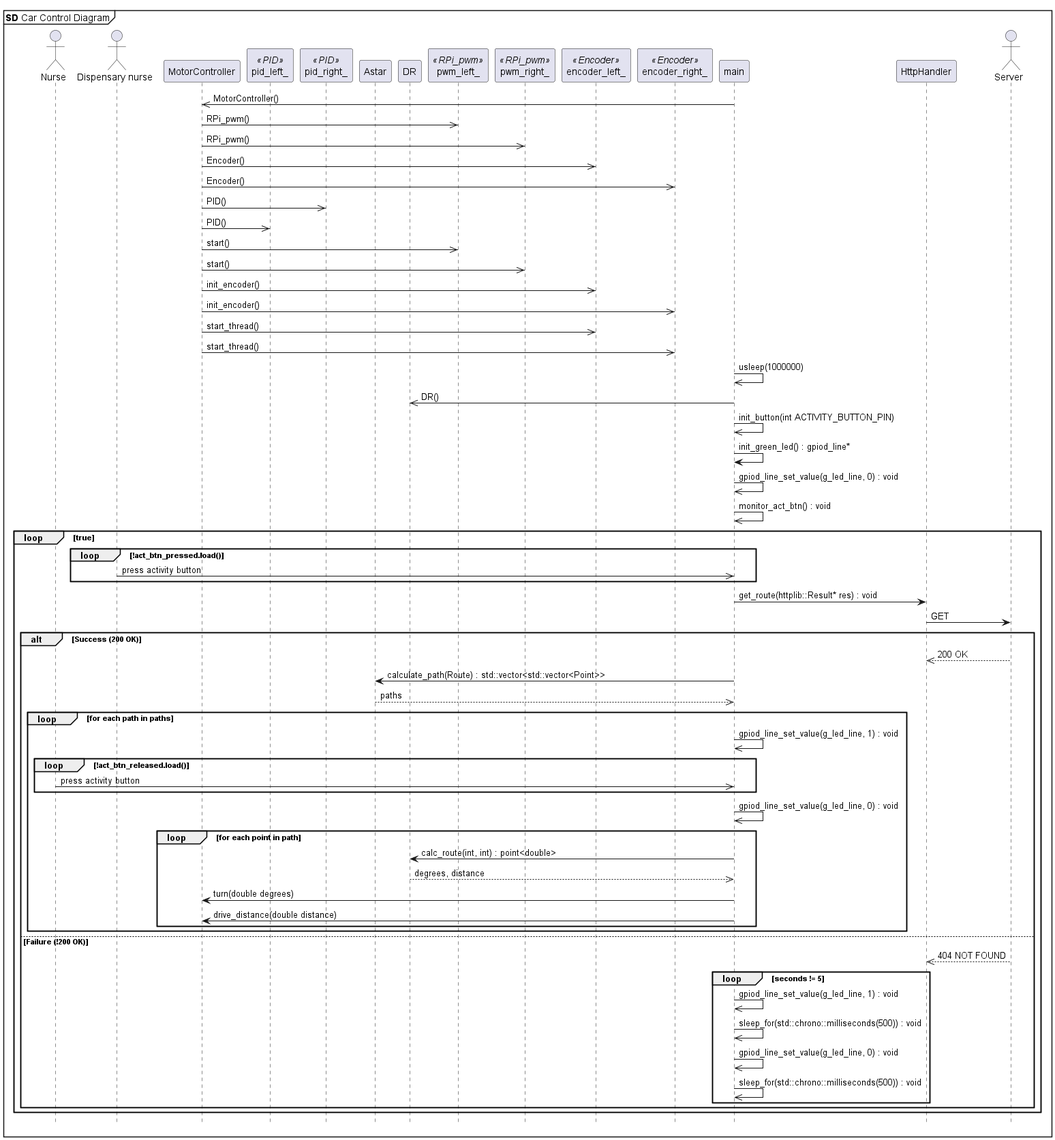
Above: docs/diagrams/out/apModel/car_sd/car_sd.png in lineklemensen/PRJ3 (PlantUML), before the change.
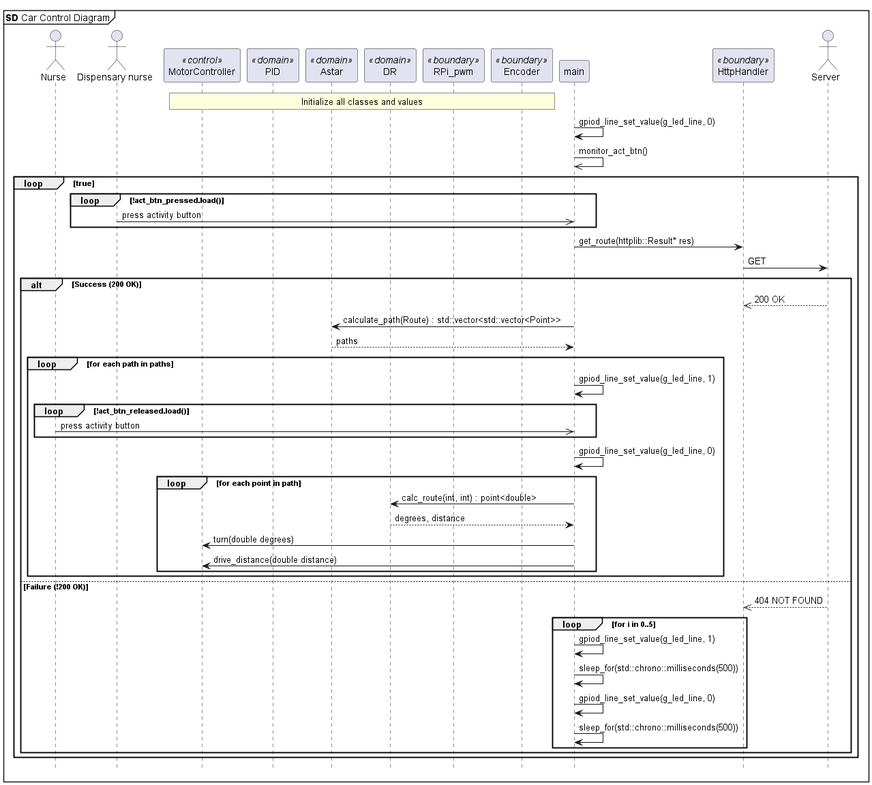
The same diagram one commit later.

Diff of the diagram source:
```diff
@@ -5,74 +5,54 @@
 
 actor "Nurse" as n
 actor "Dispensary nurse" as dn
-participant "MotorController" as mc
-participant "pid_left_" as pl <<PID>>
-participant "pid_right_" as pr <<PID>>
-participant "Astar" as a
-participant "DR" as dr
-participant "pwm_left_" as rpl <<RPi_pwm>>
-participant "pwm_right_" as rpr <<RPi_pwm>>
-participant "encoder_left_" as encl <<Encoder>>
-participant "encoder_right_" as encr <<Encoder>>
+participant "MotorController" as mc <<control>>
+participant "PID" as p <<domain>>
+participant "Astar" as a <<domain>>
+participant "DR" as dr <<domain>>
+participant "RPi_pwm" as rp <<boundary>>
+participant "Encoder" as enc <<boundary>>
 participant "main" as m
-participant "HttpHandler" as http
+participant "HttpHandler" as http <<boundary>>
 actor "Server" as s
 
 
 
-m  ->> mc : MotorController()
-mc ->> rpl : RPi_pwm()
-mc ->> rpr : RPi_pwm()
-mc ->> encl : Encoder()
-mc ->> encr : Encoder()
-mc ->> pr : PID()
-mc ->> pl : PID()
 
-mc ->> rpl : start()
-mc ->> rpr : start()
-mc ->> encl : init_encoder()
-mc ->> encr : init_encoder()
-mc ->> encl : start_thread()
-mc ->> encr : start_thread()
-
-m ->> m : usleep(1000000)
-m ->> dr : DR()
-m ->> m : init_button(int ACTIVITY_BUTTON_PIN)
-m -> m : init_green_led() : gpiod_line*
-m ->> m : gpiod_line_set_value(g_led_line, 0) : void
-m ->> m : monitor_act_btn() : void
+rnote over mc,enc : Initialize all classes and values
+m -> m : gpiod_line_set_value(g_led_line, 0)
+m ->> m : monitor_act_btn()
 
 loop true
     loop !act_btn_pressed.load()
         dn ->> m : press activity button
     end
-    m -> http : get_route(httplib::Result* res) : void
+    m -> http : get_route(httplib::Result* res)
     http -> s : GET
     alt Success (200 OK)
     http <<-- s : 200 OK
 
         m -> a : calculate_path(Route) : std::vector<std::vector<Point>>
-        a -->> m : paths
+        a --> m : paths
         loop for each path in paths
-            m ->> m : gpiod_line_set_value(g_led_line, 1) : void
+            m -> m : gpiod_line_set_value(g_led_line, 1)
             loop !act_btn_released.load()
                 n ->> m : press activity button
             end
-            m ->> m : gpiod_line_set_value(g_led_line, 0) : void
+            m -> m : gpiod_line_set_value(g_led_line, 0)
             loop for each point in path
                 m -> dr : calc_route(int, int) : point<double>
-                dr -->> m : degrees, distance
+                dr --> m : degrees, distance
                 m -> mc : turn(double degrees)
                 m -> mc : drive_distance(double distance)
             end
         end
     else Failure (!200 OK)
     http <<-- s : 404 NOT FOUND
-        loop seconds != 5
-            m ->> m : gpiod_line_set_value(g_led_line, 1) : void
-            m ->> m : sleep_for(std::chrono::milliseconds(500)) : void
-            m ->> m : gpiod_line_set_value(g_led_line, 0) : void
-            m ->> m : sleep_for(std::chrono::milliseconds(500)) : void
+        loop for i in 0..5
+            m -> m : gpiod_line_set_value(g_led_line, 1)
+            m -> m : sleep_for(std::chrono::milliseconds(500))
+            m -> m : gpiod_line_set_value(g_led_line, 0)
+            m -> m : sleep_for(std::chrono::milliseconds(500))
         end
     end
 end
```
